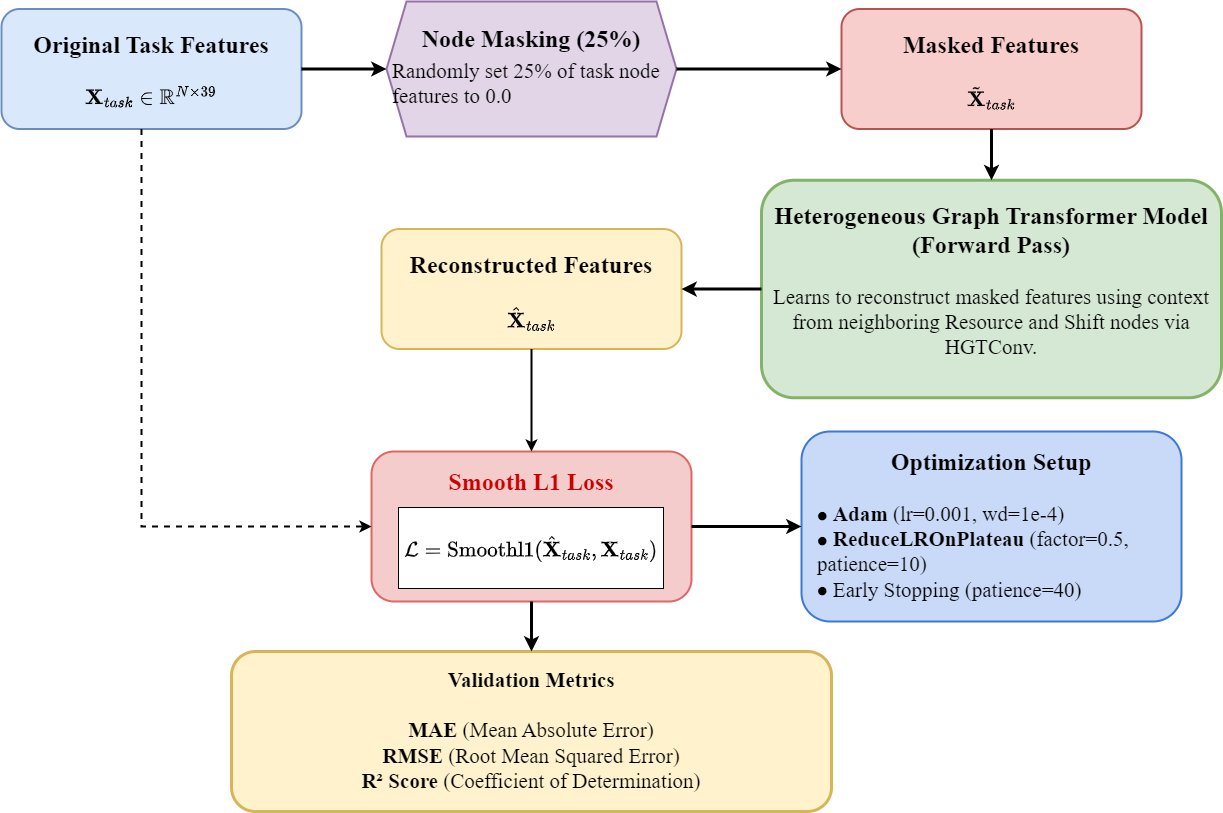
This is docs/baocao/img/fig7_pretraining_flow.drawio.png from ntduyit2023/Logistics-Project-Progress-Cost-Management, a draw.io export, as it was before one commit. Source tidied: cells renumbered, new cells last; positions are measured from the earlier drawing's top-left corner, leaving out a move shared by most shapes. Its diagram source:
```xml
<mxGraphModel math="1">
  <root>
    <mxCell id="0" />
    <mxCell id="1" parent="0" />
    <mxCell id="2" value="&lt;font style=&quot;font-size: 24px;&quot;&gt;&lt;b style=&quot;&quot;&gt;Original Task Features&lt;/b&gt;&lt;br&gt;&lt;/font&gt;&lt;br&gt;\( \mathbf{X}_{task} \in \mathbb{R}^{N \times 39} \)" style="rounded=1;whiteSpace=wrap;html=1;fillColor=#dae8fc;strokeColor=#6c8ebf;strokeWidth=2;align=center;verticalAlign=top;fontFamily=Times New Roman;spacingTop=15;fontSize=21;" parent="1" vertex="1">
      <mxGeometry y="7.5" width="300" height="120" as="geometry" />
    </mxCell>
    <mxCell id="3" value="&lt;font style=&quot;font-size: 24px;&quot;&gt;&lt;b style=&quot;&quot;&gt;Node Masking (25%)&lt;/b&gt;&lt;br&gt;&lt;/font&gt;&lt;div style=&quot;text-align: left; padding: 5px;&quot;&gt;Randomly set 25% of task node features to 0.0&lt;/div&gt;" style="shape=hexagon;perimeter=hexagonPerimeter2;whiteSpace=wrap;html=1;fixedSize=1;fillColor=#e1d5e7;strokeColor=#9673a6;strokeWidth=2;align=center;verticalAlign=middle;fontFamily=Times New Roman;fontSize=21;" parent="1" vertex="1">
      <mxGeometry x="385" width="290" height="135" as="geometry" />
    </mxCell>
    <mxCell id="4" style="edgeStyle=orthogonalEdgeStyle;rounded=0;html=1;strokeColor=#000000;strokeWidth=3;endArrow=classic;fontSize=21;fontFamily=Times New Roman;" parent="1" edge="1" source="2" target="3">
      <mxGeometry relative="1" as="geometry" />
    </mxCell>
    <mxCell id="5" value="&lt;font style=&quot;font-size: 24px;&quot;&gt;&lt;b&gt;Masked Features&lt;/b&gt;&lt;br&gt;&lt;/font&gt;&lt;br&gt;\( \tilde{\mathbf{X}}_{task} \)" style="rounded=1;whiteSpace=wrap;html=1;fillColor=#f8cecc;strokeColor=#b85450;strokeWidth=2;align=center;verticalAlign=top;fontFamily=Times New Roman;spacingTop=15;fontSize=21;" parent="1" vertex="1">
      <mxGeometry x="840" y="7.5" width="300" height="120" as="geometry" />
    </mxCell>
    <mxCell id="6" style="edgeStyle=orthogonalEdgeStyle;rounded=0;html=1;strokeColor=#000000;strokeWidth=3;endArrow=classic;fontSize=21;fontFamily=Times New Roman;" parent="1" edge="1" source="3" target="5">
      <mxGeometry relative="1" as="geometry" />
    </mxCell>
    <mxCell id="7" value="&lt;font style=&quot;font-size: 24px;&quot;&gt;&lt;b&gt;Heterogeneous Graph Transformer&amp;nbsp;Model (Forward Pass)&lt;/b&gt;&lt;br&gt;&lt;/font&gt;&lt;br&gt;&lt;div style=&quot;text-align: center;&quot;&gt;Learns to reconstruct masked features using context from neighboring Resource and Shift nodes via HGTConv.&lt;/div&gt;" style="rounded=1;whiteSpace=wrap;html=1;fillColor=#d5e8d4;strokeColor=#82b366;strokeWidth=3;align=center;verticalAlign=top;fontFamily=Times New Roman;spacingTop=15;fontSize=21;" parent="1" vertex="1">
      <mxGeometry x="760" y="178.8" width="460" height="217.5" as="geometry" />
    </mxCell>
    <mxCell id="8" style="rounded=0;html=1;strokeColor=#000000;strokeWidth=3;endArrow=classic;entryX=0.5;entryY=0;entryDx=0;entryDy=0;edgeStyle=orthogonalEdgeStyle;fontSize=21;fontFamily=Times New Roman;" parent="1" edge="1" source="5" target="7">
      <mxGeometry relative="1" as="geometry" />
    </mxCell>
    <mxCell id="9" value="&lt;font style=&quot;font-size: 24px;&quot;&gt;&lt;b&gt;Reconstructed Features&lt;/b&gt;&lt;br&gt;&lt;/font&gt;&lt;br&gt;\( \hat{\mathbf{X}}_{task} \)" style="rounded=1;whiteSpace=wrap;html=1;fillColor=#fff2cc;strokeColor=#d6b656;strokeWidth=2;align=center;verticalAlign=top;fontFamily=Times New Roman;spacingTop=15;fontSize=21;" parent="1" vertex="1">
      <mxGeometry x="380" y="227.5" width="300" height="120" as="geometry" />
    </mxCell>
    <mxCell id="10" style="edgeStyle=orthogonalEdgeStyle;rounded=0;html=1;strokeColor=#000000;strokeWidth=3;endArrow=classic;fontSize=21;fontFamily=Times New Roman;" parent="1" edge="1" source="7" target="9">
      <mxGeometry relative="1" as="geometry" />
    </mxCell>
    <mxCell id="11" value="&lt;font style=&quot;font-size: 24px;&quot;&gt;&lt;b style=&quot;color: rgb(204, 0, 0);&quot;&gt;Smooth L1 Loss&lt;/b&gt;&lt;br&gt;&lt;/font&gt;&lt;div style=&quot;background-color: rgb(255, 255, 255); border: 1px solid rgb(0, 0, 0); padding: 5px; margin-top: 10px;&quot;&gt;$$ \mathcal{L} = \text{Smoothl1}(\hat{\mathbf{X}}_{task}, \mathbf{X}_{task}) $$&lt;/div&gt;" style="rounded=1;whiteSpace=wrap;html=1;fillColor=#f4cccc;strokeColor=#e06666;strokeWidth=2;align=center;verticalAlign=top;fontFamily=Times New Roman;spacingTop=10;fontSize=21;" parent="1" vertex="1">
      <mxGeometry x="370" y="450" width="320" height="150" as="geometry" />
    </mxCell>
    <mxCell id="12" value="&lt;font style=&quot;font-size: 24px;&quot;&gt;&lt;b&gt;Optimization Setup&lt;/b&gt;&lt;br&gt;&lt;/font&gt;&lt;br&gt;&lt;div style=&quot;text-align: left; padding-left: 15px;&quot;&gt;\(\bullet\) &lt;b&gt;Adam&lt;/b&gt; (lr=0.001, wd=1e-4)&lt;br&gt;\(\bullet\) &lt;b&gt;ReduceLROnPlateau&lt;/b&gt; (factor=0.5, patience=10)&lt;br&gt;\(\bullet\) Early Stopping (patience=40)&lt;/div&gt;" style="rounded=1;whiteSpace=wrap;html=1;fillColor=#c9daf8;strokeColor=#3b78d8;strokeWidth=2;align=center;verticalAlign=top;fontFamily=Times New Roman;spacingTop=10;fontSize=21;" parent="1" vertex="1">
      <mxGeometry x="800" y="430" width="380" height="190" as="geometry" />
    </mxCell>
    <mxCell id="13" style="edgeStyle=orthogonalEdgeStyle;rounded=0;html=1;strokeColor=#000000;strokeWidth=2;endArrow=classic;fontSize=21;fontFamily=Times New Roman;" parent="1" edge="1" source="9" target="11">
      <mxGeometry relative="1" as="geometry" />
    </mxCell>
    <mxCell id="14" style="rounded=0;html=1;strokeColor=#000000;strokeWidth=2;endArrow=classic;dashed=1;fontSize=21;fontFamily=Times New Roman;entryX=0;entryY=0.5;entryDx=0;entryDy=0;edgeStyle=orthogonalEdgeStyle;" parent="1" edge="1" source="2" target="11">
      <mxGeometry relative="1" as="geometry">
        <Array as="points">
          <mxPoint x="140" y="525" />
        </Array>
      </mxGeometry>
    </mxCell>
    <mxCell id="15" style="edgeStyle=orthogonalEdgeStyle;rounded=0;html=1;strokeColor=#000000;strokeWidth=3;endArrow=classic;fontSize=21;fontFamily=Times New Roman;" parent="1" edge="1" source="11" target="12">
      <mxGeometry relative="1" as="geometry" />
    </mxCell>
    <mxCell id="16" value="&lt;b&gt;Validation Metrics&lt;/b&gt;&lt;br&gt;&lt;br&gt;&lt;div style=&quot;text-align: center;&quot;&gt;&lt;b&gt;MAE&lt;/b&gt; (Mean Absolute Error)&lt;br&gt;&lt;b&gt;RMSE&lt;/b&gt; (Root Mean Squared Error)&lt;br&gt;&lt;b&gt;R² Score&lt;/b&gt; (Coefficient of Determination)&lt;/div&gt;" style="rounded=1;whiteSpace=wrap;html=1;fillColor=#fff2cc;strokeColor=#d6b656;strokeWidth=3;align=center;verticalAlign=top;fontFamily=Times New Roman;spacingTop=10;fontSize=21;" parent="1" vertex="1">
      <mxGeometry x="230" y="650" width="600" height="160" as="geometry" />
    </mxCell>
    <mxCell id="17" style="edgeStyle=orthogonalEdgeStyle;rounded=0;html=1;strokeColor=#000000;strokeWidth=3;endArrow=classic;fontSize=21;fontFamily=Times New Roman;" parent="1" edge="1" source="11" target="16">
      <mxGeometry relative="1" as="geometry">
        <Array as="points">
          <mxPoint x="360" y="680" />
          <mxPoint x="550" y="680" />
        </Array>
      </mxGeometry>
    </mxCell>
  </root>
</mxGraphModel>
```
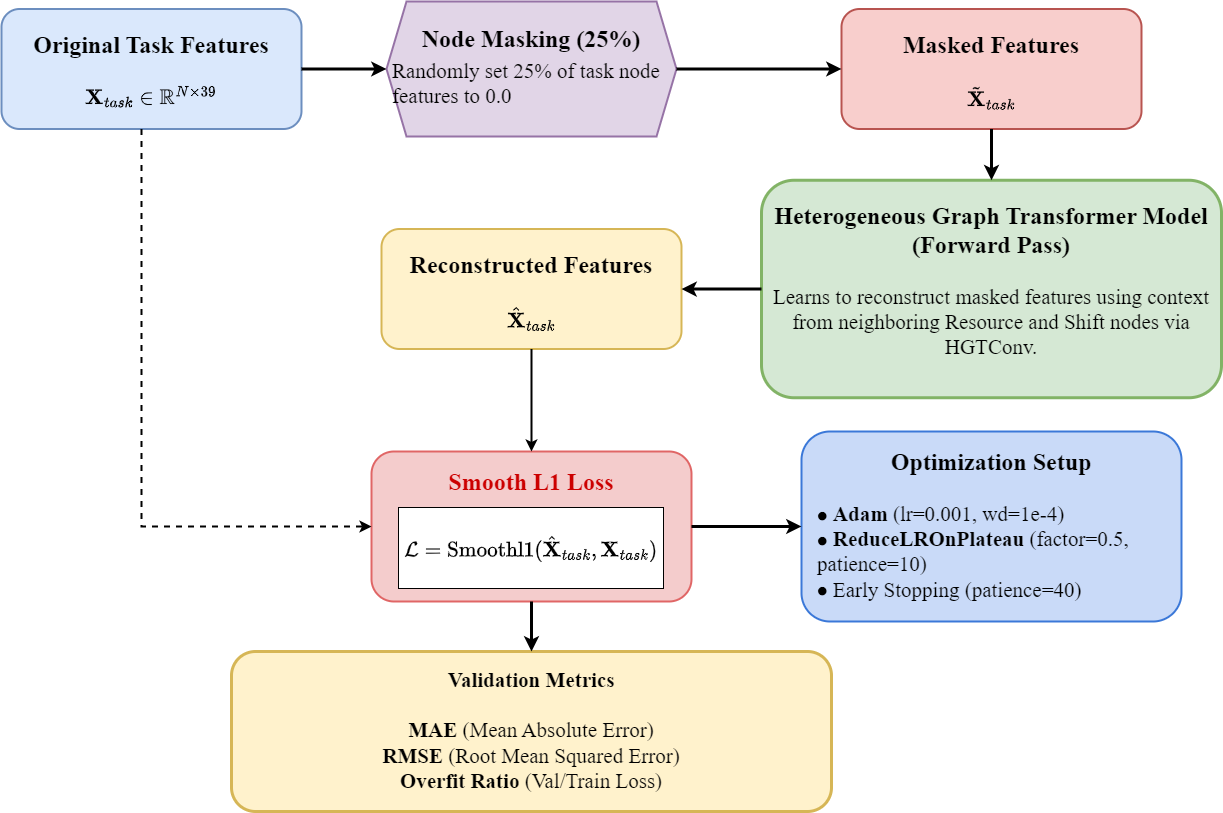
After the change.

Change to the diagram source:
```diff
@@ -48,7 +48,7 @@
     <mxCell id="15" style="edgeStyle=orthogonalEdgeStyle;rounded=0;html=1;strokeColor=#000000;strokeWidth=3;endArrow=classic;fontSize=21;fontFamily=Times New Roman;" parent="1" edge="1" source="11" target="12">
       <mxGeometry relative="1" as="geometry" />
     </mxCell>
-    <mxCell id="16" value="&lt;b&gt;Validation Metrics&lt;/b&gt;&lt;br&gt;&lt;br&gt;&lt;div style=&quot;text-align: center;&quot;&gt;&lt;b&gt;MAE&lt;/b&gt; (Mean Absolute Error)&lt;br&gt;&lt;b&gt;RMSE&lt;/b&gt; (Root Mean Squared Error)&lt;br&gt;&lt;b&gt;R² Score&lt;/b&gt; (Coefficient of Determination)&lt;/div&gt;" style="rounded=1;whiteSpace=wrap;html=1;fillColor=#fff2cc;strokeColor=#d6b656;strokeWidth=3;align=center;verticalAlign=top;fontFamily=Times New Roman;spacingTop=10;fontSize=21;" parent="1" vertex="1">
+    <mxCell id="16" value="&lt;b&gt;Validation Metrics&lt;/b&gt;&lt;br&gt;&lt;br&gt;&lt;div style=&quot;text-align: center;&quot;&gt;&lt;b&gt;MAE&lt;/b&gt; (Mean Absolute Error)&lt;br&gt;&lt;b&gt;RMSE&lt;/b&gt; (Root Mean Squared Error)&lt;br&gt;&lt;b&gt;Overfit Ratio&lt;/b&gt; (Val/Train Loss)&lt;/div&gt;" style="rounded=1;whiteSpace=wrap;html=1;fillColor=#fff2cc;strokeColor=#d6b656;strokeWidth=3;align=center;verticalAlign=top;fontFamily=Times New Roman;spacingTop=10;fontSize=21;" parent="1" vertex="1">
       <mxGeometry x="230" y="650" width="600" height="160" as="geometry" />
     </mxCell>
     <mxCell id="17" style="edgeStyle=orthogonalEdgeStyle;rounded=0;html=1;strokeColor=#000000;strokeWidth=3;endArrow=classic;fontSize=21;fontFamily=Times New Roman;" parent="1" edge="1" source="11" target="16">
```
